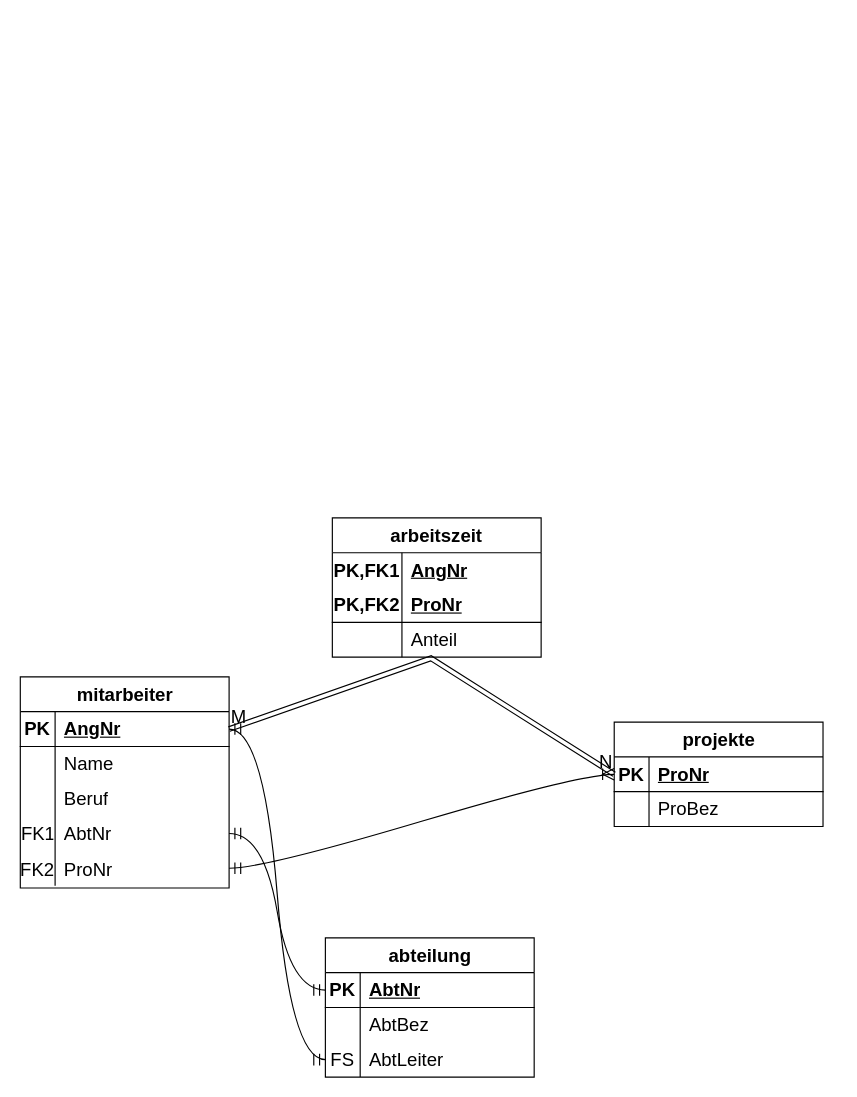
This is files/Datenbanken/aufgaben/Unbenanntes Diagramm.drawio from Fabiann2205/DHBW-Semester3, a draw.io file, before an edit. Source tidied: cells renumbered, new cells numbered last; positions are measured from the earlier drawing's top-left corner, leaving out a move shared by most shapes. Both pictures are drawn from the tidied source at 116%, with x=0, y=0 at pixel (20, 517).
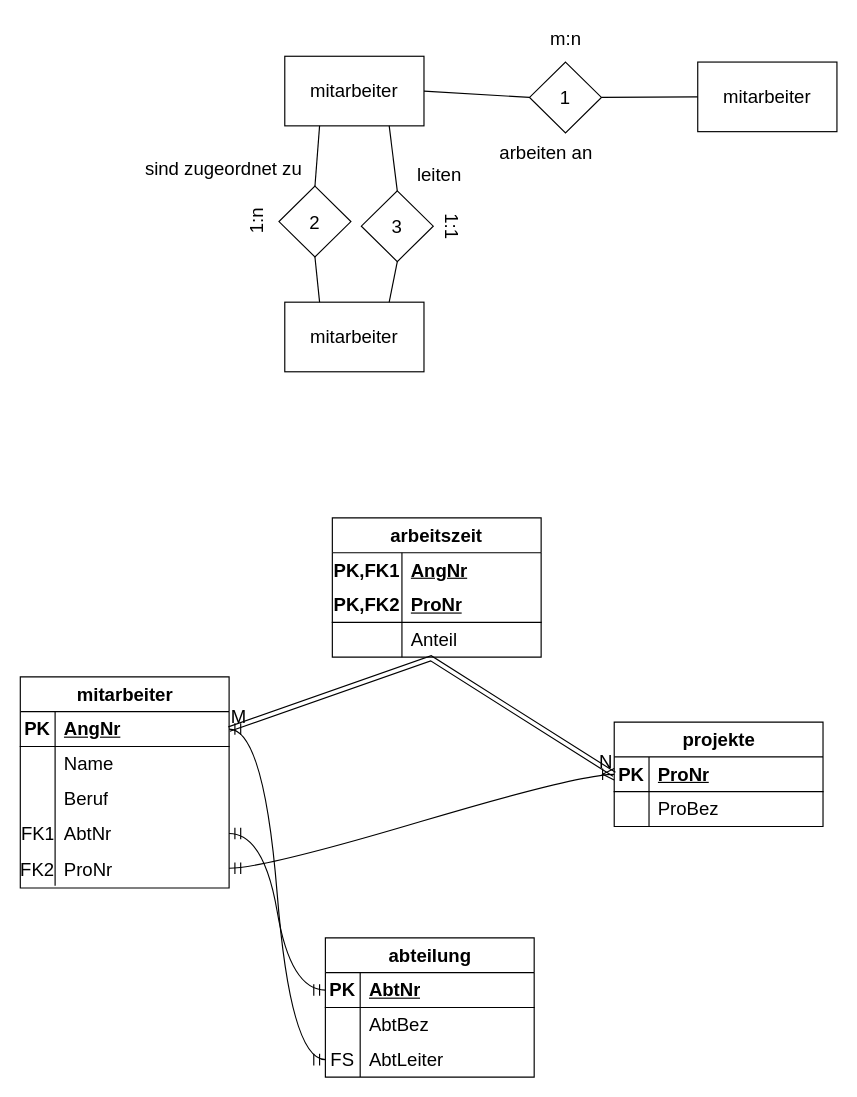
Above is the later version.

The edit, as a diff of the source:
```diff
@@
+    <mxCell id="51" value="mitarbeiter" style="rounded=0;whiteSpace=wrap;html=1;fontSize=16;" parent="1" vertex="1">
+      <mxGeometry x="228" y="-398" width="120" height="60" as="geometry" />
+    </mxCell>
+    <mxCell id="52" value="mitarbeiter" style="rounded=0;whiteSpace=wrap;html=1;fontSize=16;" parent="1" vertex="1">
+      <mxGeometry x="584" y="-393" width="120" height="60" as="geometry" />
+    </mxCell>
+    <mxCell id="53" value="mitarbeiter" style="rounded=0;whiteSpace=wrap;html=1;fontSize=16;" parent="1" vertex="1">
+      <mxGeometry x="228" y="-186" width="120" height="60" as="geometry" />
+    </mxCell>
+    <mxCell id="54" value="2" style="rhombus;whiteSpace=wrap;html=1;fontSize=16;" parent="1" vertex="1">
+      <mxGeometry x="223" y="-286" width="62" height="61" as="geometry" />
+    </mxCell>
+    <mxCell id="55" value="1" style="rhombus;whiteSpace=wrap;html=1;fontSize=16;" parent="1" vertex="1">
+      <mxGeometry x="439" y="-393" width="62" height="61" as="geometry" />
+    </mxCell>
+    <mxCell id="56" value="3" style="rhombus;whiteSpace=wrap;html=1;fontSize=16;" parent="1" vertex="1">
+      <mxGeometry x="294" y="-282" width="62" height="61" as="geometry" />
+    </mxCell>
+    <mxCell id="57" style="endArrow=none;html=1;rounded=0;fontSize=12;startSize=8;endSize=8;curved=1;entryX=0.25;entryY=1;entryDx=0;entryDy=0;exitX=0.5;exitY=0;exitDx=0;exitDy=0;" parent="1" edge="1" source="54" target="51">
+      <mxGeometry relative="1" as="geometry" />
+    </mxCell>
+    <mxCell id="58" style="endArrow=none;html=1;rounded=0;fontSize=12;startSize=8;endSize=8;curved=1;entryX=0.75;entryY=1;entryDx=0;entryDy=0;exitX=0.5;exitY=0;exitDx=0;exitDy=0;" parent="1" edge="1" source="56" target="51">
+      <mxGeometry relative="1" as="geometry" />
+    </mxCell>
+    <mxCell id="59" style="endArrow=none;html=1;rounded=0;fontSize=12;startSize=8;endSize=8;curved=1;entryX=0.5;entryY=1;entryDx=0;entryDy=0;exitX=0.25;exitY=0;exitDx=0;exitDy=0;" parent="1" edge="1" source="53" target="54">
+      <mxGeometry relative="1" as="geometry" />
+    </mxCell>
+    <mxCell id="60" style="endArrow=none;html=1;rounded=0;fontSize=12;startSize=8;endSize=8;curved=1;entryX=0.5;entryY=1;entryDx=0;entryDy=0;exitX=0.75;exitY=0;exitDx=0;exitDy=0;" parent="1" edge="1" source="53" target="56">
+      <mxGeometry relative="1" as="geometry" />
+    </mxCell>
+    <mxCell id="61" style="endArrow=none;html=1;rounded=0;fontSize=12;startSize=8;endSize=8;curved=1;entryX=1;entryY=0.5;entryDx=0;entryDy=0;exitX=0;exitY=0.5;exitDx=0;exitDy=0;" parent="1" edge="1" source="55" target="51">
+      <mxGeometry relative="1" as="geometry" />
+    </mxCell>
+    <mxCell id="62" style="endArrow=none;html=1;rounded=0;fontSize=12;startSize=8;endSize=8;curved=1;entryX=1;entryY=0.5;entryDx=0;entryDy=0;exitX=0;exitY=0.5;exitDx=0;exitDy=0;" parent="1" edge="1" source="52" target="55">
+      <mxGeometry relative="1" as="geometry" />
+    </mxCell>
+    <mxCell id="63" value="m:n" style="text;html=1;align=center;verticalAlign=middle;strokeColor=none;fillColor=none;fontSize=16;" parent="1" vertex="1">
+      <mxGeometry x="447.5" y="-429" width="45" height="31" as="geometry" />
+    </mxCell>
+    <mxCell id="64" value="1:1" style="text;html=1;align=center;verticalAlign=middle;strokeColor=none;fillColor=none;fontSize=16;rotation=90;" parent="1" vertex="1">
+      <mxGeometry x="353" y="-267" width="40" height="31" as="geometry" />
+    </mxCell>
+    <mxCell id="65" value="1:n" style="text;html=1;align=center;verticalAlign=middle;strokeColor=none;fillColor=none;fontSize=16;rotation=-90;" parent="1" vertex="1">
+      <mxGeometry x="183" y="-271" width="40" height="31" as="geometry" />
+    </mxCell>
+    <mxCell id="66" value="arbeiten an" style="text;html=1;align=center;verticalAlign=middle;strokeColor=none;fillColor=none;fontSize=16;" parent="1" vertex="1">
+      <mxGeometry x="404" y="-331" width="98" height="31" as="geometry" />
+    </mxCell>
+    <mxCell id="67" value="sind zugeordnet zu" style="text;html=1;align=center;verticalAlign=middle;strokeColor=none;fillColor=none;fontSize=16;" parent="1" vertex="1">
+      <mxGeometry x="98" y="-317" width="153" height="31" as="geometry" />
+    </mxCell>
+    <mxCell id="68" value="leiten" style="text;html=1;align=center;verticalAlign=middle;strokeColor=none;fillColor=none;fontSize=16;" parent="1" vertex="1">
+      <mxGeometry x="333" y="-312" width="56" height="31" as="geometry" />
+    </mxCell>
```
